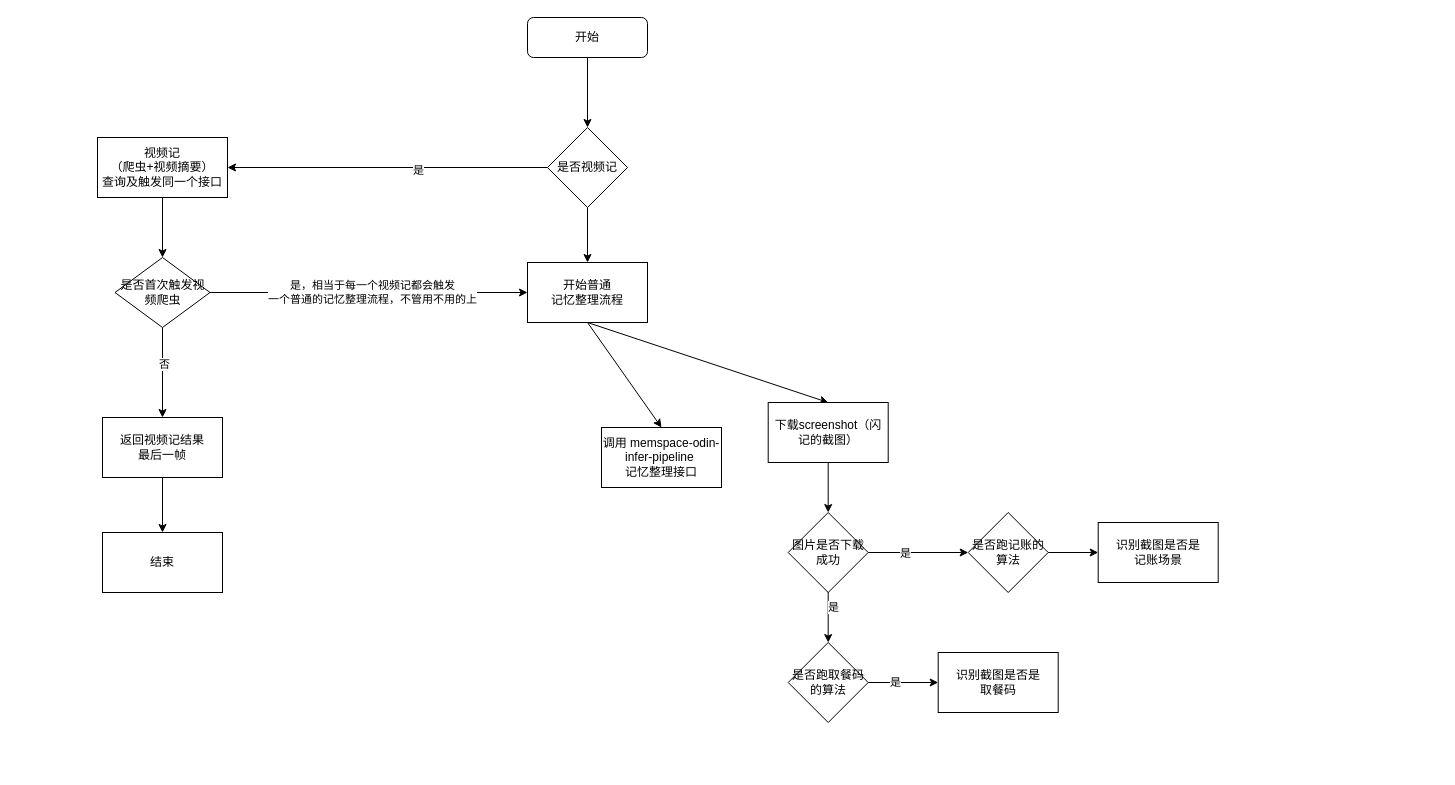
This is page "记忆整理流程" (9 of 9) of 个性化.drawio from jingb/pythonRepo, a draw.io file, before an edit. Source tidied: cells renumbered, new cells numbered last; positions are measured from the earlier drawing's top-left corner, leaving out a move shared by most shapes. Both pictures are drawn from the tidied source at 100%, with x=0, y=0 at pixel (97, 17).
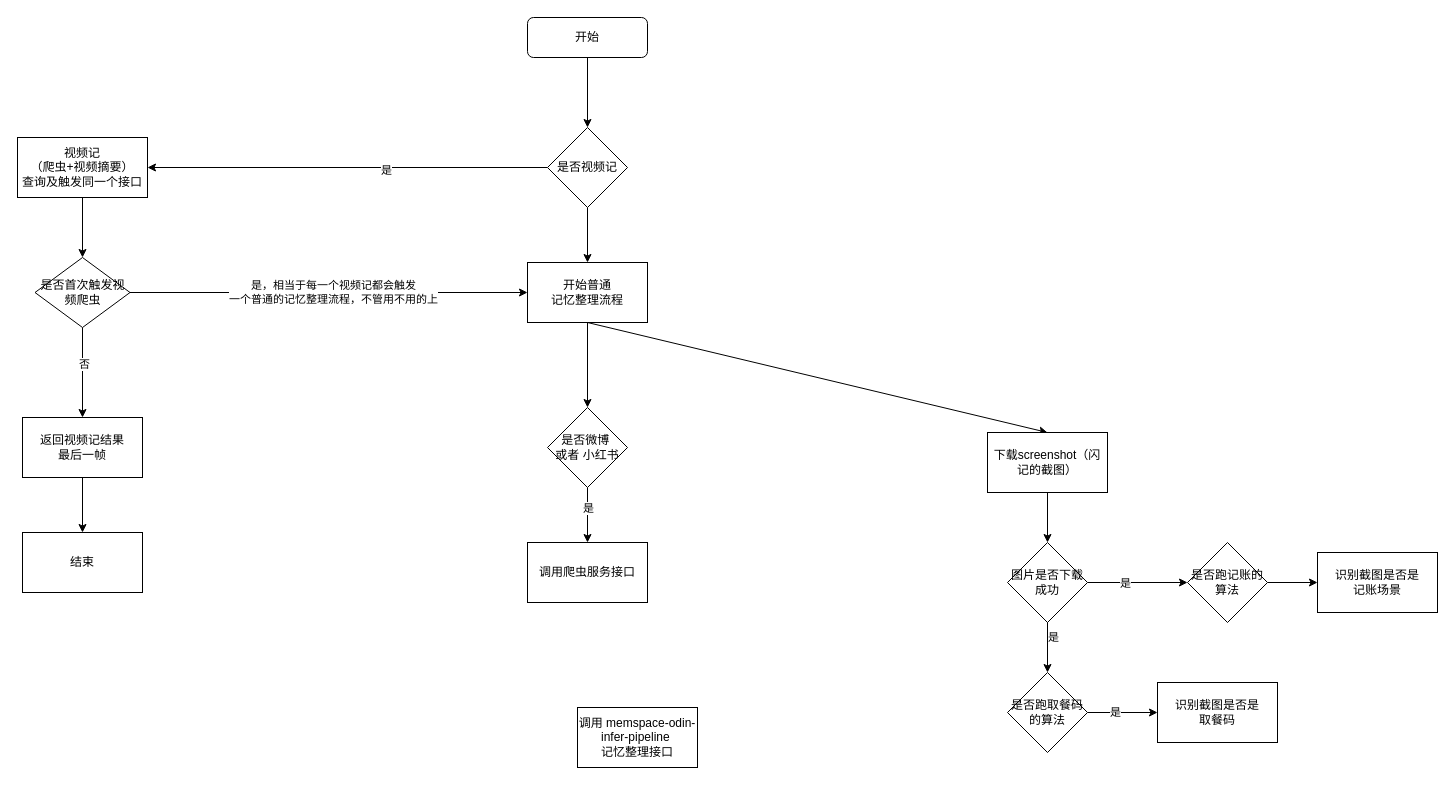
The same diagram, later.

Commit message (it also covers changes not shown here):
更新个性化.drawio

Unchanged cells that the change refers to:
```xml
<mxCell id="34" value="开始普通&lt;br&gt;记忆整理流程" style="rounded=0;whiteSpace=wrap;html=1;" parent="1" vertex="1">
  <mxGeometry x="430" y="245" width="120" height="60" as="geometry" />
</mxCell>
```

What changed in the source:
```diff
@@
-    <mxCell id="7" style="edgeStyle=none;rounded=0;jettySize=auto;html=1;entryX=0.5;entryY=0;entryDx=0;entryDy=0;exitX=0.5;exitY=1;exitDx=0;exitDy=0;" parent="1" edge="1" source="34" target="33">
-      <mxGeometry relative="1" as="geometry" />
-    </mxCell>
@@
     <mxCell id="11" value="视频记&lt;br&gt;（爬虫+视频摘要）&lt;br&gt;查询及触发同一个接口" style="rounded=0;whiteSpace=wrap;html=1;" parent="1" vertex="1">
-      <mxGeometry y="120" width="130" height="60" as="geometry" />
+      <mxGeometry x="-80" y="120" width="130" height="60" as="geometry" />
     </mxCell>
@@
     <mxCell id="16" value="是否首次触发视频爬虫" style="rhombus;whiteSpace=wrap;html=1;" parent="1" vertex="1">
-      <mxGeometry x="17.5" y="240" width="95" height="70" as="geometry" />
+      <mxGeometry x="-62.5" y="240" width="95" height="70" as="geometry" />
     </mxCell>
@@
     <mxCell id="18" value="返回视频记结果&lt;br&gt;最后一帧" style="rounded=0;whiteSpace=wrap;html=1;" parent="1" vertex="1">
-      <mxGeometry x="5" y="400" width="120" height="60" as="geometry" />
+      <mxGeometry x="-75" y="400" width="120" height="60" as="geometry" />
     </mxCell>
     <mxCell id="19" style="edgeStyle=none;rounded=0;jettySize=auto;html=1;entryX=0.5;entryY=0;entryDx=0;entryDy=0;" parent="1" edge="1" target="27">
       <mxGeometry relative="1" as="geometry">
-        <mxPoint x="730.7" y="505" as="sourcePoint" />
+        <mxPoint x="950" y="535" as="sourcePoint" />
       </mxGeometry>
     </mxCell>
@@
     <mxCell id="24" value="下载screenshot（闪记的截图）" style="rounded=0;whiteSpace=wrap;html=1;" parent="1" vertex="1">
-      <mxGeometry x="670.7" y="385" width="120" height="60" as="geometry" />
+      <mxGeometry x="890" y="415" width="120" height="60" as="geometry" />
     </mxCell>
@@
     <mxCell id="27" value="是否跑取餐码的算法" style="rhombus;whiteSpace=wrap;html=1;" parent="1" vertex="1">
-      <mxGeometry x="690.7" y="625" width="80" height="80" as="geometry" />
+      <mxGeometry x="910" y="655" width="80" height="80" as="geometry" />
     </mxCell>
@@
     <mxCell id="29" value="是否跑记账的算法" style="rhombus;whiteSpace=wrap;html=1;" parent="1" vertex="1">
-      <mxGeometry x="870.7" y="495" width="80" height="80" as="geometry" />
+      <mxGeometry x="1090" y="525" width="80" height="80" as="geometry" />
     </mxCell>
     <mxCell id="30" value="识别截图是否是&lt;br&gt;取餐码" style="rounded=0;whiteSpace=wrap;html=1;" parent="1" vertex="1">
-      <mxGeometry x="840.7" y="635" width="120" height="60" as="geometry" />
+      <mxGeometry x="1060" y="665" width="120" height="60" as="geometry" />
     </mxCell>
     <mxCell id="31" value="图片是否下载成功" style="rhombus;whiteSpace=wrap;html=1;" parent="1" vertex="1">
-      <mxGeometry x="690.7" y="495" width="80" height="80" as="geometry" />
+      <mxGeometry x="910" y="525" width="80" height="80" as="geometry" />
     </mxCell>
     <mxCell id="32" value="识别截图是否是&lt;br&gt;记账场景" style="rounded=0;whiteSpace=wrap;html=1;" parent="1" vertex="1">
-      <mxGeometry x="1000.7" y="505" width="120" height="60" as="geometry" />
+      <mxGeometry x="1220" y="535" width="120" height="60" as="geometry" />
     </mxCell>
     <mxCell id="33" value="调用&amp;nbsp;memspace-odin-infer-pipeline&amp;nbsp;&lt;br&gt;记忆整理接口" style="rounded=0;whiteSpace=wrap;html=1;" parent="1" vertex="1">
-      <mxGeometry x="504" y="410" width="120" height="60" as="geometry" />
+      <mxGeometry x="480" y="690" width="120" height="60" as="geometry" />
     </mxCell>
+    <mxCell id="36" style="edgeStyle=none;rounded=0;jettySize=auto;html=1;exitX=0.5;exitY=1;exitDx=0;exitDy=0;entryX=0.5;entryY=0;entryDx=0;entryDy=0;" parent="1" edge="1" source="34" target="39">
+      <mxGeometry relative="1" as="geometry" />
+    </mxCell>
@@
     <mxCell id="35" value="结束" style="rounded=0;whiteSpace=wrap;html=1;" parent="1" vertex="1">
-      <mxGeometry x="5" y="515" width="120" height="60" as="geometry" />
+      <mxGeometry x="-75" y="515" width="120" height="60" as="geometry" />
     </mxCell>
+    <mxCell id="37" style="edgeStyle=none;rounded=0;jettySize=auto;html=1;exitX=0.5;exitY=1;exitDx=0;exitDy=0;entryX=0.5;entryY=0;entryDx=0;entryDy=0;" parent="1" edge="1" source="39" target="40">
+      <mxGeometry relative="1" as="geometry" />
+    </mxCell>
+    <mxCell id="38" value="是" style="edgeLabel;html=1;align=center;verticalAlign=middle;" parent="37" vertex="1">
+      <mxGeometry x="-0.29" relative="1" as="geometry" />
+    </mxCell>
+    <mxCell id="39" value="是否微博&amp;nbsp;&lt;br&gt;或者 小红书" style="rhombus;whiteSpace=wrap;html=1;" parent="1" vertex="1">
+      <mxGeometry x="450" y="390" width="80" height="80" as="geometry" />
+    </mxCell>
+    <mxCell id="40" value="调用爬虫服务接口" style="rounded=0;whiteSpace=wrap;html=1;" parent="1" vertex="1">
+      <mxGeometry x="430" y="525" width="120" height="60" as="geometry" />
+    </mxCell>
```
